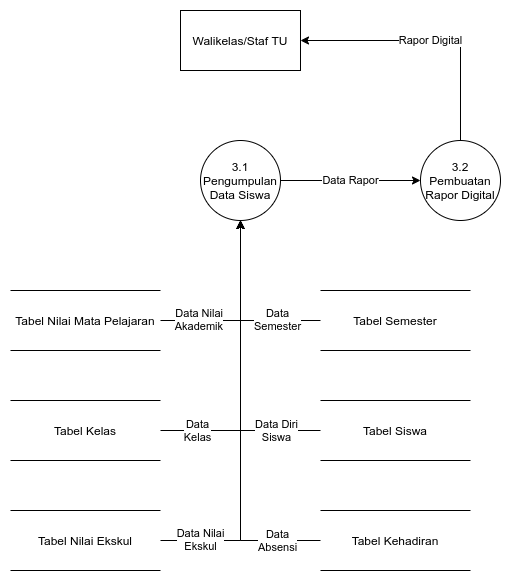
This is Flow and Other Stuff/DFD Level 2(3.0).png from harizMunawar/Laporan-REI, a draw.io export, as it was before one commit. Source tidied: cells renumbered, new cells last; positions are measured from the earlier drawing's top-left corner, leaving out a move shared by most shapes.
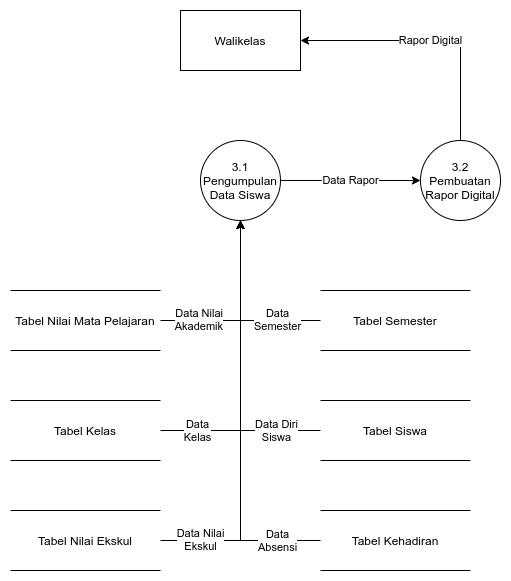
Later version of the same file.

Change to the diagram source:
```diff
@@ -54,7 +54,7 @@
     <mxCell id="17" value="3.2&lt;br&gt;Pembuatan Rapor Digital" style="ellipse;whiteSpace=wrap;html=1;" parent="1" vertex="1">
       <mxGeometry x="410" y="130" width="80" height="80" as="geometry" />
     </mxCell>
-    <mxCell id="18" value="Walikelas/Staf TU" style="rounded=0;whiteSpace=wrap;html=1;" parent="1" vertex="1">
+    <mxCell id="18" value="Walikelas" style="rounded=0;whiteSpace=wrap;html=1;" parent="1" vertex="1">
       <mxGeometry x="170" width="120" height="60" as="geometry" />
     </mxCell>
   </root>
```
